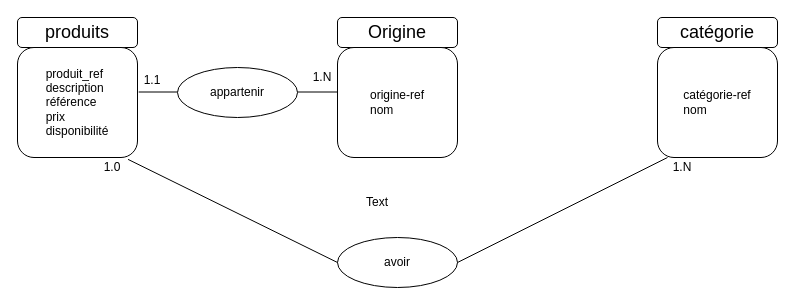
Before: docs/Conception/MCD.drawio in arnbasten/OCoffee, a draw.io diagram. Source tidied: cells renumbered, new cells numbered last; positions are measured from the earlier drawing's top-left corner, leaving out a move shared by most shapes. Both pictures are drawn from the tidied source at 100%, with x=0, y=0 at pixel (17, 17).
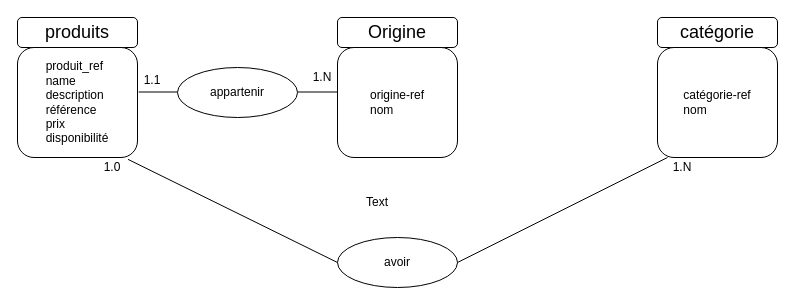
The same diagram, later.

The edit, as a diff of the source:
```diff
@@
-    <mxCell id="3" value="&lt;div style=&quot;text-align: left;&quot;&gt;&lt;span style=&quot;background-color: transparent;&quot;&gt;produit_ref&lt;/span&gt;&lt;/div&gt;&lt;div style=&quot;text-align: left;&quot;&gt;&lt;font color=&quot;#000000&quot;&gt;description&lt;/font&gt;&lt;/div&gt;&lt;div style=&quot;text-align: left;&quot;&gt;&lt;font color=&quot;#000000&quot;&gt;référence&lt;/font&gt;&lt;/div&gt;&lt;div style=&quot;text-align: left;&quot;&gt;&lt;font color=&quot;#000000&quot;&gt;prix&lt;/font&gt;&lt;/div&gt;&lt;div style=&quot;text-align: left;&quot;&gt;&lt;font color=&quot;#000000&quot;&gt;disponibilité&lt;/font&gt;&lt;/div&gt;" style="rounded=1;whiteSpace=wrap;html=1;" parent="1" vertex="1">
+    <mxCell id="3" value="&lt;div style=&quot;text-align: left;&quot;&gt;&lt;span style=&quot;background-color: transparent;&quot;&gt;produit_ref&lt;/span&gt;&lt;/div&gt;&lt;div style=&quot;text-align: left;&quot;&gt;&lt;font color=&quot;#000000&quot;&gt;name&lt;/font&gt;&lt;/div&gt;&lt;div style=&quot;text-align: left;&quot;&gt;&lt;font color=&quot;#000000&quot;&gt;description&lt;/font&gt;&lt;/div&gt;&lt;div style=&quot;text-align: left;&quot;&gt;&lt;font color=&quot;#000000&quot;&gt;référence&lt;/font&gt;&lt;/div&gt;&lt;div style=&quot;text-align: left;&quot;&gt;&lt;font color=&quot;#000000&quot;&gt;prix&lt;/font&gt;&lt;/div&gt;&lt;div style=&quot;text-align: left;&quot;&gt;&lt;font color=&quot;#000000&quot;&gt;disponibilité&lt;/font&gt;&lt;/div&gt;" style="rounded=1;whiteSpace=wrap;html=1;" parent="1" vertex="1">
       <mxGeometry y="30" width="120" height="110" as="geometry" />
     </mxCell>
```
